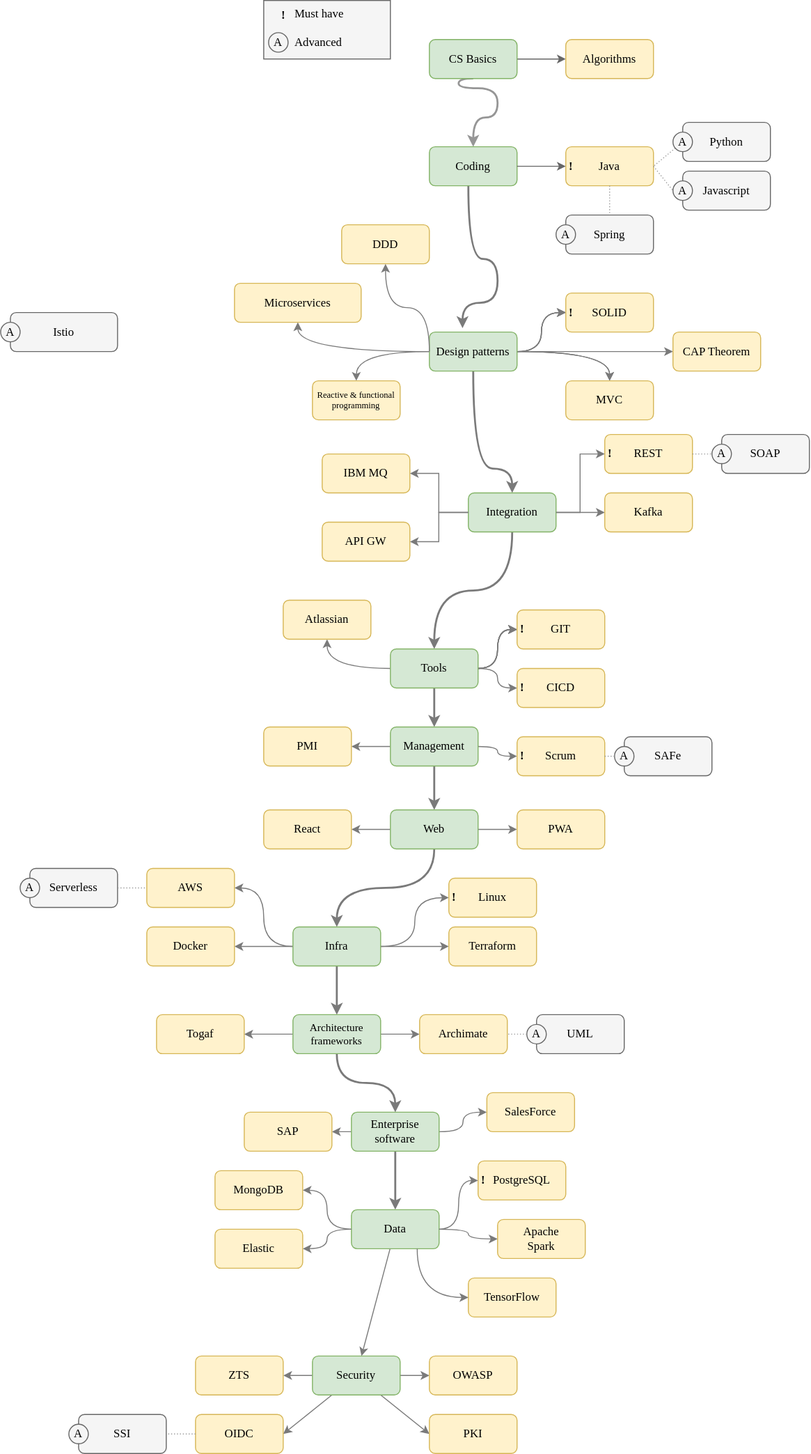
Above: sources/Architecture.drawio.svg in cmaxm/architect-roadmap (draw.io), before the change. Source tidied: cells renumbered, new cells last; positions are measured from the earlier drawing's top-left corner, leaving out a move shared by most shapes.
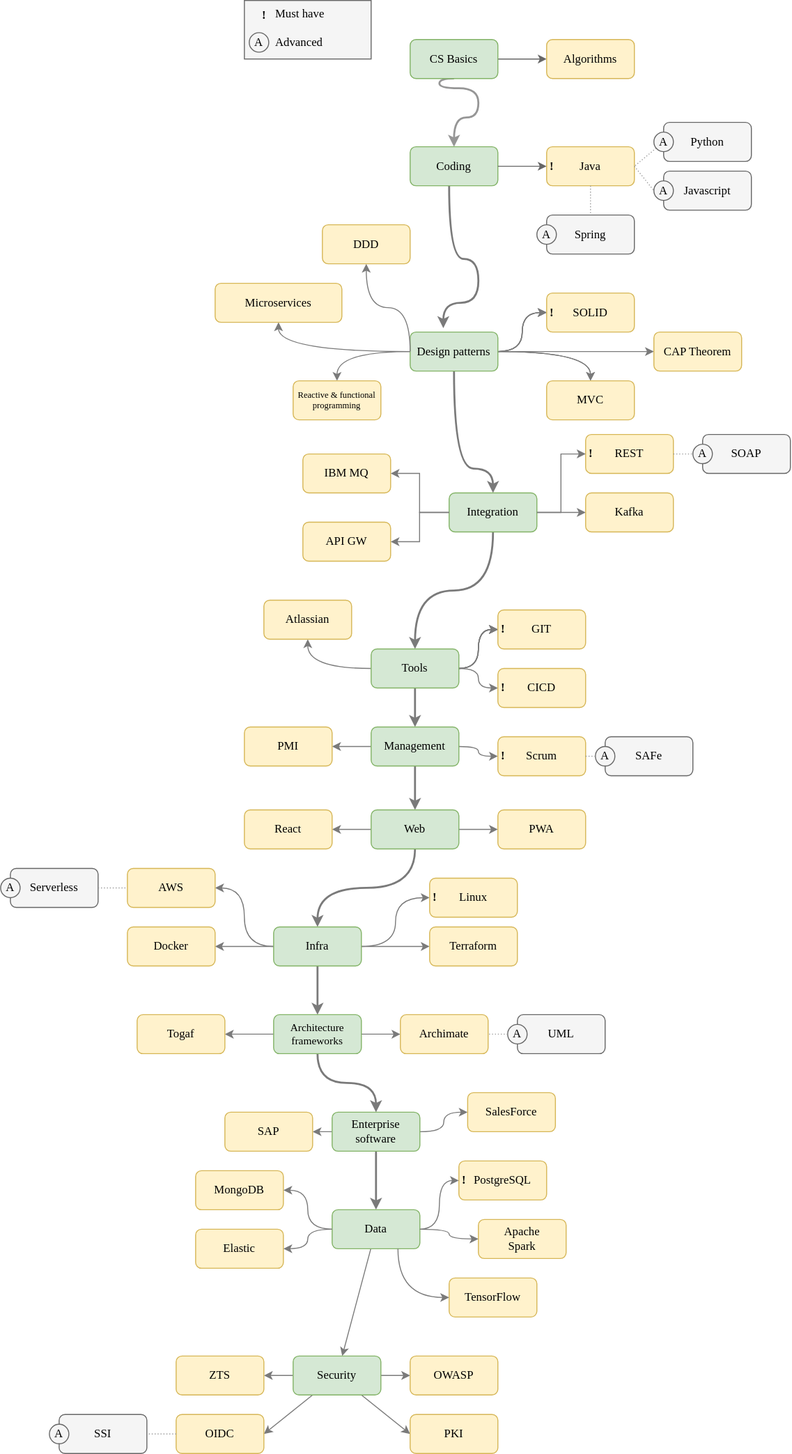
Later version of the same file.

Change to the diagram source:
```diff
@@ -312,12 +312,6 @@
     <mxCell id="95" style="edgeStyle=none;rounded=0;jettySize=auto;html=1;exitX=0;exitY=0.5;exitDx=0;exitDy=0;entryX=1;entryY=0.5;entryDx=0;entryDy=0;fontFamily=Lucida Console;endArrow=none;endFill=0;dashed=1;dashPattern=1 2;strokeColor=#999999;fontColor=#000000;" parent="1" edge="1" source="94" target="91">
       <mxGeometry relative="1" as="geometry" />
     </mxCell>
-    <mxCell id="96" value="Istio" style="rounded=1;whiteSpace=wrap;html=1;fontFamily=Lucida Console;fillColor=#f5f5f5;strokeColor=#666666;fontColor=#000000;" parent="1" vertex="1">
-      <mxGeometry x="10" y="320" width="110" height="40" as="geometry" />
-    </mxCell>
-    <mxCell id="97" value="A" style="ellipse;whiteSpace=wrap;html=1;fontFamily=Lucida Console;fillColor=#f5f5f5;fontColor=#000000;strokeColor=#666666;" parent="1" vertex="1">
-      <mxGeometry y="330" width="20" height="20" as="geometry" />
-    </mxCell>
     <mxCell id="98" style="edgeStyle=none;rounded=0;jettySize=auto;html=1;exitX=0.5;exitY=1;exitDx=0;exitDy=0;entryX=0.5;entryY=0;entryDx=0;entryDy=0;fontFamily=Lucida Console;endArrow=none;endFill=0;dashed=1;dashPattern=1 2;strokeColor=#999999;fontColor=#000000;" parent="1" edge="1" source="8" target="16">
       <mxGeometry relative="1" as="geometry" />
     </mxCell>
```
